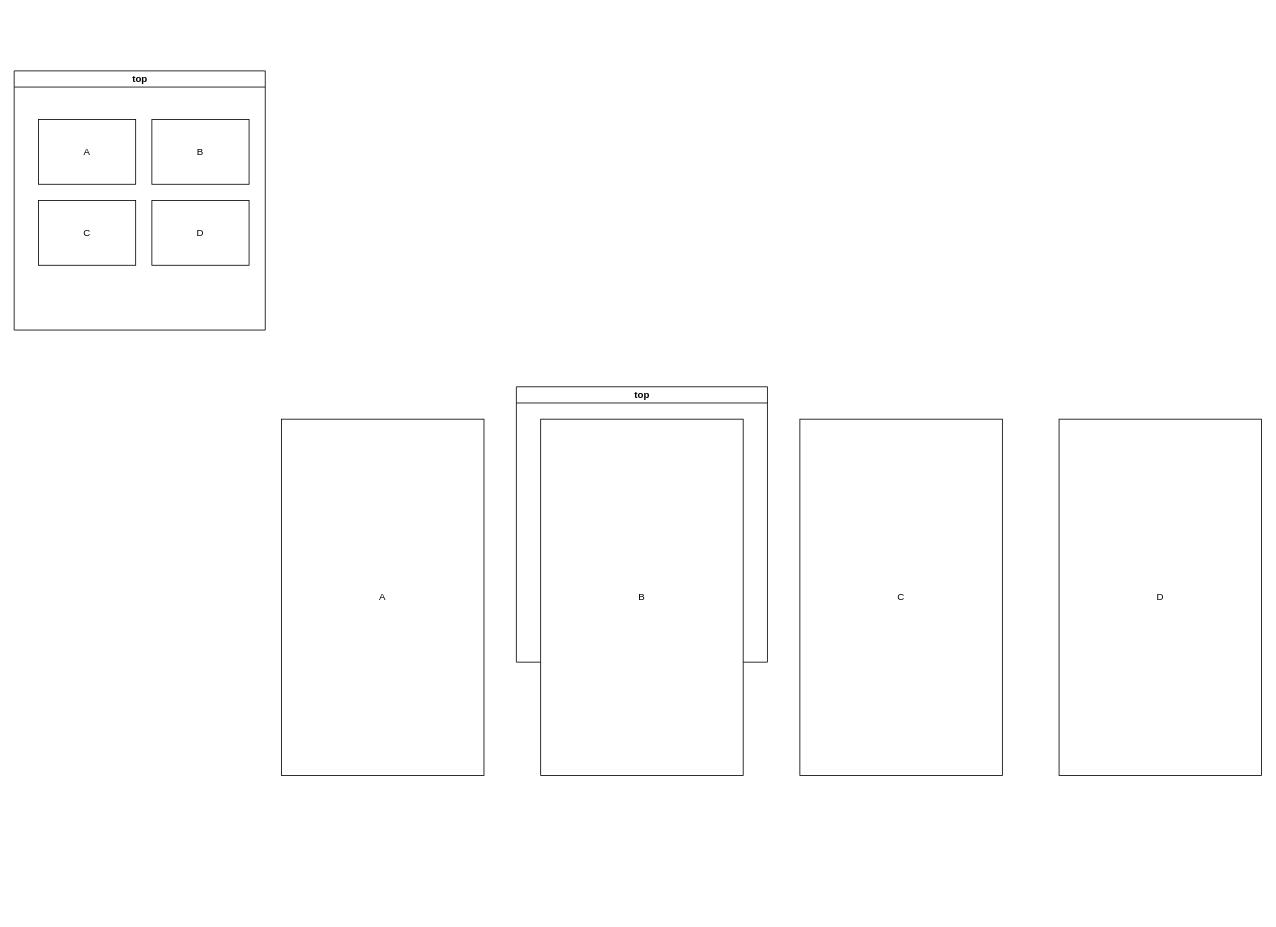
This is Untitled Diagram.drawio from mi-upto/book, a draw.io file, before an edit. Source tidied: cells renumbered, new cells numbered last; positions are measured from the earlier drawing's top-left corner, leaving out a move shared by most shapes. Both pictures are drawn from the tidied source at 81%, with x=0, y=0 at pixel (14, 70).
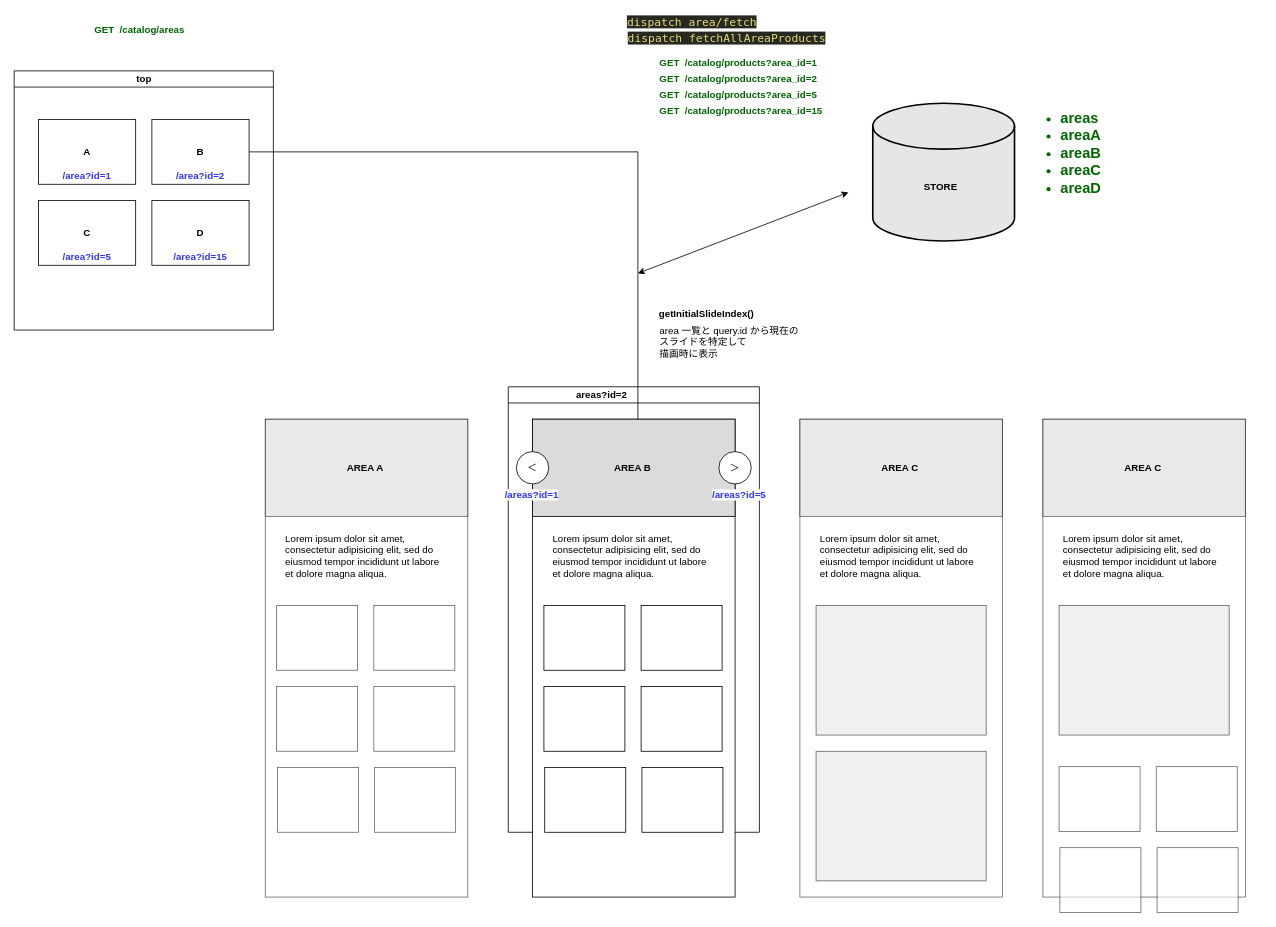
After the change.

Diff of the diagram source:
```diff
@@
     <mxCell id="2" value="top" style="swimlane;html=1;startSize=20;horizontal=1;containerType=tree;" parent="1" vertex="1">
-      <mxGeometry width="310" height="320" as="geometry" />
+      <mxGeometry width="320" height="320" as="geometry" />
     </mxCell>
-    <mxCell id="3" value="A" style="whiteSpace=wrap;html=1;newEdgeStyle={&quot;edgeStyle&quot;:&quot;elbowEdgeStyle&quot;,&quot;startArrow&quot;:&quot;none&quot;,&quot;endArrow&quot;:&quot;none&quot;};" parent="2" vertex="1">
+    <mxCell id="3" value="&lt;b&gt;A&lt;/b&gt;" style="whiteSpace=wrap;html=1;newEdgeStyle={&quot;edgeStyle&quot;:&quot;elbowEdgeStyle&quot;,&quot;startArrow&quot;:&quot;none&quot;,&quot;endArrow&quot;:&quot;none&quot;};" parent="2" vertex="1">
       <mxGeometry x="30" y="60" width="120" height="80" as="geometry" />
     </mxCell>
-    <mxCell id="4" value="B" style="whiteSpace=wrap;html=1;newEdgeStyle={&quot;edgeStyle&quot;:&quot;elbowEdgeStyle&quot;,&quot;startArrow&quot;:&quot;none&quot;,&quot;endArrow&quot;:&quot;none&quot;};" parent="2" vertex="1">
+    <mxCell id="4" value="&lt;b&gt;B&lt;/b&gt;" style="whiteSpace=wrap;html=1;newEdgeStyle={&quot;edgeStyle&quot;:&quot;elbowEdgeStyle&quot;,&quot;startArrow&quot;:&quot;none&quot;,&quot;endArrow&quot;:&quot;none&quot;};" parent="2" vertex="1">
       <mxGeometry x="170" y="60" width="120" height="80" as="geometry" />
     </mxCell>
-    <mxCell id="5" value="C" style="whiteSpace=wrap;html=1;newEdgeStyle={&quot;edgeStyle&quot;:&quot;elbowEdgeStyle&quot;,&quot;startArrow&quot;:&quot;none&quot;,&quot;endArrow&quot;:&quot;none&quot;};" parent="2" vertex="1">
+    <mxCell id="5" value="&lt;b&gt;C&lt;/b&gt;" style="whiteSpace=wrap;html=1;newEdgeStyle={&quot;edgeStyle&quot;:&quot;elbowEdgeStyle&quot;,&quot;startArrow&quot;:&quot;none&quot;,&quot;endArrow&quot;:&quot;none&quot;};" parent="2" vertex="1">
       <mxGeometry x="30" y="160" width="120" height="80" as="geometry" />
     </mxCell>
-    <mxCell id="6" value="D" style="whiteSpace=wrap;html=1;newEdgeStyle={&quot;edgeStyle&quot;:&quot;elbowEdgeStyle&quot;,&quot;startArrow&quot;:&quot;none&quot;,&quot;endArrow&quot;:&quot;none&quot;};" parent="2" vertex="1">
+    <mxCell id="6" value="&lt;b&gt;D&lt;/b&gt;" style="whiteSpace=wrap;html=1;newEdgeStyle={&quot;edgeStyle&quot;:&quot;elbowEdgeStyle&quot;,&quot;startArrow&quot;:&quot;none&quot;,&quot;endArrow&quot;:&quot;none&quot;};" parent="2" vertex="1">
       <mxGeometry x="170" y="160" width="120" height="80" as="geometry" />
     </mxCell>
+    <mxCell id="12" value="/area?id=1" style="text;html=1;strokeColor=none;fillColor=none;align=center;verticalAlign=middle;whiteSpace=wrap;overflow=hidden;fontStyle=1;fontColor=#3333FF;" parent="2" vertex="1">
+      <mxGeometry x="10" y="120" width="160" height="20" as="geometry" />
+    </mxCell>
+    <mxCell id="13" value="/area?id=2" style="text;html=1;strokeColor=none;fillColor=none;align=center;verticalAlign=middle;whiteSpace=wrap;overflow=hidden;fontStyle=1;fontColor=#3333FF;" parent="2" vertex="1">
+      <mxGeometry x="150" y="120" width="160" height="20" as="geometry" />
+    </mxCell>
+    <mxCell id="14" value="/area?id=5" style="text;html=1;strokeColor=none;fillColor=none;align=center;verticalAlign=middle;whiteSpace=wrap;overflow=hidden;fontStyle=1;fontColor=#3333FF;" parent="2" vertex="1">
+      <mxGeometry x="10" y="220" width="160" height="20" as="geometry" />
+    </mxCell>
+    <mxCell id="15" value="/area?id=15" style="text;html=1;strokeColor=none;fillColor=none;align=center;verticalAlign=middle;whiteSpace=wrap;overflow=hidden;fontStyle=1;fontColor=#3333FF;" parent="2" vertex="1">
+      <mxGeometry x="150" y="220" width="160" height="20" as="geometry" />
+    </mxCell>
-    <mxCell id="7" value="top" style="swimlane;html=1;startSize=20;horizontal=1;containerType=tree;" parent="1" vertex="1">
-      <mxGeometry x="620" y="390" width="310" height="340" as="geometry" />
+    <mxCell id="7" value="areas?id=2&amp;nbsp; &amp;nbsp; &amp;nbsp; &amp;nbsp; &amp;nbsp; &amp;nbsp; &amp;nbsp; &amp;nbsp; &amp;nbsp; &amp;nbsp; &amp;nbsp; &amp;nbsp;&amp;nbsp;" style="swimlane;html=1;startSize=20;horizontal=1;containerType=tree;" parent="1" vertex="1">
+      <mxGeometry x="610" y="390" width="310" height="550" as="geometry" />
     </mxCell>
-    <mxCell id="8" value="B" style="whiteSpace=wrap;html=1;newEdgeStyle={&quot;edgeStyle&quot;:&quot;elbowEdgeStyle&quot;,&quot;startArrow&quot;:&quot;none&quot;,&quot;endArrow&quot;:&quot;none&quot;};" parent="7" vertex="1">
-      <mxGeometry x="30" y="40" width="250" height="440" as="geometry" />
-    </mxCell>
-    <mxCell id="9" value="A" style="whiteSpace=wrap;html=1;newEdgeStyle={&quot;edgeStyle&quot;:&quot;elbowEdgeStyle&quot;,&quot;startArrow&quot;:&quot;none&quot;,&quot;endArrow&quot;:&quot;none&quot;};" parent="1" vertex="1">
-      <mxGeometry x="330" y="430" width="250" height="440" as="geometry" />
-    </mxCell>
-    <mxCell id="10" value="D" style="whiteSpace=wrap;html=1;newEdgeStyle={&quot;edgeStyle&quot;:&quot;elbowEdgeStyle&quot;,&quot;startArrow&quot;:&quot;none&quot;,&quot;endArrow&quot;:&quot;none&quot;};" parent="1" vertex="1">
-      <mxGeometry x="1290" y="430" width="250" height="440" as="geometry" />
-    </mxCell>
-    <mxCell id="11" value="C" style="whiteSpace=wrap;html=1;newEdgeStyle={&quot;edgeStyle&quot;:&quot;elbowEdgeStyle&quot;,&quot;startArrow&quot;:&quot;none&quot;,&quot;endArrow&quot;:&quot;none&quot;};" parent="1" vertex="1">
-      <mxGeometry x="970" y="430" width="250" height="440" as="geometry" />
-    </mxCell>
+    <mxCell id="16" style="whiteSpace=wrap;html=1;newEdgeStyle={&quot;edgeStyle&quot;:&quot;elbowEdgeStyle&quot;,&quot;startArrow&quot;:&quot;none&quot;,&quot;endArrow&quot;:&quot;none&quot;};" parent="7" vertex="1">
+      <mxGeometry x="30" y="40" width="250" height="590" as="geometry" />
+    </mxCell>
+    <mxCell id="17" value="&lt;h1&gt;&lt;br&gt;&lt;/h1&gt;&lt;p&gt;Lorem ipsum dolor sit amet, consectetur adipisicing elit, sed do eiusmod tempor incididunt ut labore et dolore magna aliqua.&lt;/p&gt;" style="text;html=1;strokeColor=none;fillColor=none;spacing=5;spacingTop=-20;whiteSpace=wrap;overflow=hidden;rounded=0;" parent="7" vertex="1">
+      <mxGeometry x="50" y="130" width="210" height="120" as="geometry" />
+    </mxCell>
+    <mxCell id="18" style="rounded=0;whiteSpace=wrap;html=1;fillColor=#DBDBDB;" parent="7" vertex="1">
+      <mxGeometry x="30" y="40" width="250" height="120" as="geometry" />
+    </mxCell>
+    <mxCell id="19" style="ellipse;whiteSpace=wrap;html=1;" parent="7" vertex="1">
+      <mxGeometry x="260" y="80" width="40" height="40" as="geometry" />
+    </mxCell>
+    <mxCell id="20" style="ellipse;whiteSpace=wrap;html=1;" parent="7" vertex="1">
+      <mxGeometry x="10" y="80" width="40" height="40" as="geometry" />
+    </mxCell>
+    <mxCell id="21" value="＜" style="text;html=1;strokeColor=none;fillColor=none;align=center;verticalAlign=middle;whiteSpace=wrap;rounded=0;" parent="7" vertex="1">
+      <mxGeometry x="10" y="90" width="40" height="20" as="geometry" />
+    </mxCell>
+    <mxCell id="22" value="＜" style="text;html=1;strokeColor=none;fillColor=none;align=center;verticalAlign=middle;whiteSpace=wrap;rounded=0;rotation=-180;" parent="7" vertex="1">
+      <mxGeometry x="260" y="90" width="40" height="20" as="geometry" />
+    </mxCell>
+    <mxCell id="23" value="AREA B" style="text;strokeColor=none;fillColor=none;align=left;verticalAlign=top;spacingLeft=4;spacingRight=4;overflow=hidden;fontStyle=1;" parent="7" vertex="1">
+      <mxGeometry x="125" y="87" width="60" height="26" as="geometry" />
+    </mxCell>
+    <mxCell id="24" style="rounded=0;whiteSpace=wrap;html=1;fontColor=#006600;fillColor=#ffffff;align=left;" parent="7" vertex="1">
+      <mxGeometry x="44" y="270" width="100" height="80" as="geometry" />
+    </mxCell>
+    <mxCell id="25" style="rounded=0;whiteSpace=wrap;html=1;fontColor=#006600;fillColor=#ffffff;align=left;" parent="7" vertex="1">
+      <mxGeometry x="164" y="270" width="100" height="80" as="geometry" />
+    </mxCell>
+    <mxCell id="26" style="rounded=0;whiteSpace=wrap;html=1;fontColor=#006600;fillColor=#ffffff;align=left;" parent="7" vertex="1">
+      <mxGeometry x="44" y="370" width="100" height="80" as="geometry" />
+    </mxCell>
+    <mxCell id="27" style="rounded=0;whiteSpace=wrap;html=1;fontColor=#006600;fillColor=#ffffff;align=left;" parent="7" vertex="1">
+      <mxGeometry x="164" y="370" width="100" height="80" as="geometry" />
+    </mxCell>
+    <mxCell id="28" style="rounded=0;whiteSpace=wrap;html=1;fontColor=#006600;fillColor=#ffffff;align=left;" parent="7" vertex="1">
+      <mxGeometry x="45" y="470" width="100" height="80" as="geometry" />
+    </mxCell>
+    <mxCell id="29" style="rounded=0;whiteSpace=wrap;html=1;fontColor=#006600;fillColor=#ffffff;align=left;" parent="7" vertex="1">
+      <mxGeometry x="165" y="470" width="100" height="80" as="geometry" />
+    </mxCell>
+    <mxCell id="30" value="&lt;span style=&quot;font-family: helvetica; font-size: 12px; font-style: normal; font-weight: 700; letter-spacing: normal; text-align: center; text-indent: 0px; text-transform: none; word-spacing: 0px; background-color: rgb(248, 249, 250); display: inline; float: none;&quot;&gt;/areas?id=1&lt;/span&gt;" style="text;whiteSpace=wrap;html=1;fontColor=#3333FF;" parent="7" vertex="1">
+      <mxGeometry x="-6" y="120" width="170" height="30" as="geometry" />
+    </mxCell>
+    <mxCell id="31" value="&lt;span style=&quot;font-family: helvetica; font-size: 12px; font-style: normal; font-weight: 700; letter-spacing: normal; text-align: center; text-indent: 0px; text-transform: none; word-spacing: 0px; background-color: rgb(248, 249, 250); display: inline; float: none;&quot;&gt;/areas?id=5&lt;/span&gt;" style="text;whiteSpace=wrap;html=1;fontColor=#3333FF;" parent="7" vertex="1">
+      <mxGeometry x="250" y="120" width="170" height="30" as="geometry" />
+    </mxCell>
+    <mxCell id="32" value="&lt;b&gt;GET&amp;nbsp; /catalog/products?area_id=1&lt;/b&gt;" style="text;html=1;strokeColor=none;fillColor=none;align=left;verticalAlign=middle;whiteSpace=wrap;rounded=0;fontColor=#006600;" parent="1" vertex="1">
+      <mxGeometry x="795" y="-20" width="270" height="20" as="geometry" />
+    </mxCell>
+    <mxCell id="33" value="&lt;b&gt;GET&amp;nbsp; /catalog/areas&lt;/b&gt;" style="text;html=1;strokeColor=none;fillColor=none;align=center;verticalAlign=middle;whiteSpace=wrap;rounded=0;fontColor=#006600;" parent="1" vertex="1">
+      <mxGeometry x="20" y="-60" width="270" height="20" as="geometry" />
+    </mxCell>
+    <mxCell id="34" style="edgeStyle=elbowEdgeStyle;rounded=0;jettySize=auto;html=1;elbow=horizontal;startArrow=none;endArrow=none;" parent="1" edge="1" source="4" target="16">
+      <mxGeometry relative="1" as="geometry">
+        <Array as="points">
+          <mxPoint x="770" y="320" />
+        </Array>
+      </mxGeometry>
+    </mxCell>
+    <mxCell id="35" value="&lt;b&gt;GET&amp;nbsp; /catalog/products?area_id=2&lt;/b&gt;" style="text;html=1;strokeColor=none;fillColor=none;align=left;verticalAlign=middle;whiteSpace=wrap;rounded=0;fontColor=#006600;" parent="1" vertex="1">
+      <mxGeometry x="795" width="270" height="20" as="geometry" />
+    </mxCell>
+    <mxCell id="36" value="&lt;b&gt;GET&amp;nbsp; /catalog/products?area_id=5&lt;/b&gt;" style="text;html=1;strokeColor=none;fillColor=none;align=left;verticalAlign=middle;whiteSpace=wrap;rounded=0;fontColor=#006600;" parent="1" vertex="1">
+      <mxGeometry x="795" y="20" width="270" height="20" as="geometry" />
+    </mxCell>
+    <mxCell id="37" value="&lt;b&gt;GET&amp;nbsp; /catalog/products?area_id=15&lt;/b&gt;" style="text;html=1;strokeColor=none;fillColor=none;align=left;verticalAlign=middle;whiteSpace=wrap;rounded=0;fontColor=#006600;" parent="1" vertex="1">
+      <mxGeometry x="795" y="40" width="270" height="20" as="geometry" />
+    </mxCell>
+    <mxCell id="38" style="whiteSpace=wrap;html=1;newEdgeStyle={&quot;edgeStyle&quot;:&quot;elbowEdgeStyle&quot;,&quot;startArrow&quot;:&quot;none&quot;,&quot;endArrow&quot;:&quot;none&quot;};opacity=60;" parent="1" vertex="1">
+      <mxGeometry x="310" y="430" width="250" height="590" as="geometry" />
+    </mxCell>
+    <mxCell id="39" value="&lt;h1&gt;&lt;br&gt;&lt;/h1&gt;&lt;p&gt;Lorem ipsum dolor sit amet, consectetur adipisicing elit, sed do eiusmod tempor incididunt ut labore et dolore magna aliqua.&lt;/p&gt;" style="text;html=1;strokeColor=none;fillColor=none;spacing=5;spacingTop=-20;whiteSpace=wrap;overflow=hidden;rounded=0;opacity=60;" parent="1" vertex="1">
+      <mxGeometry x="330" y="520" width="210" height="120" as="geometry" />
+    </mxCell>
+    <mxCell id="40" style="rounded=0;whiteSpace=wrap;html=1;fillColor=#DBDBDB;opacity=60;" parent="1" vertex="1">
+      <mxGeometry x="310" y="430" width="250" height="120" as="geometry" />
+    </mxCell>
+    <mxCell id="41" value="AREA A" style="text;strokeColor=none;fillColor=none;align=left;verticalAlign=top;spacingLeft=4;spacingRight=4;overflow=hidden;fontStyle=1;opacity=60;" parent="1" vertex="1">
+      <mxGeometry x="405" y="477" width="60" height="26" as="geometry" />
+    </mxCell>
+    <mxCell id="42" style="rounded=0;whiteSpace=wrap;html=1;fontColor=#006600;fillColor=#ffffff;align=left;opacity=60;" parent="1" vertex="1">
+      <mxGeometry x="324" y="660" width="100" height="80" as="geometry" />
+    </mxCell>
+    <mxCell id="43" style="rounded=0;whiteSpace=wrap;html=1;fontColor=#006600;fillColor=#ffffff;align=left;opacity=60;" parent="1" vertex="1">
+      <mxGeometry x="444" y="660" width="100" height="80" as="geometry" />
+    </mxCell>
+    <mxCell id="44" style="rounded=0;whiteSpace=wrap;html=1;fontColor=#006600;fillColor=#ffffff;align=left;opacity=60;" parent="1" vertex="1">
+      <mxGeometry x="324" y="760" width="100" height="80" as="geometry" />
+    </mxCell>
+    <mxCell id="45" style="rounded=0;whiteSpace=wrap;html=1;fontColor=#006600;fillColor=#ffffff;align=left;opacity=60;" parent="1" vertex="1">
+      <mxGeometry x="444" y="760" width="100" height="80" as="geometry" />
+    </mxCell>
+    <mxCell id="46" style="rounded=0;whiteSpace=wrap;html=1;fontColor=#006600;fillColor=#ffffff;align=left;opacity=60;" parent="1" vertex="1">
+      <mxGeometry x="325" y="860" width="100" height="80" as="geometry" />
+    </mxCell>
+    <mxCell id="47" style="rounded=0;whiteSpace=wrap;html=1;fontColor=#006600;fillColor=#ffffff;align=left;opacity=60;" parent="1" vertex="1">
+      <mxGeometry x="445" y="860" width="100" height="80" as="geometry" />
+    </mxCell>
+    <mxCell id="48" style="whiteSpace=wrap;html=1;newEdgeStyle={&quot;edgeStyle&quot;:&quot;elbowEdgeStyle&quot;,&quot;startArrow&quot;:&quot;none&quot;,&quot;endArrow&quot;:&quot;none&quot;};opacity=60;" parent="1" vertex="1">
+      <mxGeometry x="970" y="430" width="250" height="590" as="geometry" />
+    </mxCell>
+    <mxCell id="49" value="&lt;h1&gt;&lt;br&gt;&lt;/h1&gt;&lt;p&gt;Lorem ipsum dolor sit amet, consectetur adipisicing elit, sed do eiusmod tempor incididunt ut labore et dolore magna aliqua.&lt;/p&gt;" style="text;html=1;strokeColor=none;fillColor=none;spacing=5;spacingTop=-20;whiteSpace=wrap;overflow=hidden;rounded=0;opacity=60;" parent="1" vertex="1">
+      <mxGeometry x="990" y="520" width="210" height="120" as="geometry" />
+    </mxCell>
+    <mxCell id="50" style="rounded=0;whiteSpace=wrap;html=1;fillColor=#DBDBDB;opacity=60;" parent="1" vertex="1">
+      <mxGeometry x="970" y="430" width="250" height="120" as="geometry" />
+    </mxCell>
+    <mxCell id="51" value="AREA C" style="text;strokeColor=none;fillColor=none;align=left;verticalAlign=top;spacingLeft=4;spacingRight=4;overflow=hidden;fontStyle=1;opacity=60;" parent="1" vertex="1">
+      <mxGeometry x="1065" y="477" width="60" height="26" as="geometry" />
+    </mxCell>
+    <mxCell id="52" style="rounded=0;whiteSpace=wrap;html=1;fontColor=#006600;align=left;fillColor=#E6E6E6;opacity=60;" parent="1" vertex="1">
+      <mxGeometry x="990" y="660" width="210" height="160" as="geometry" />
+    </mxCell>
+    <mxCell id="53" style="rounded=0;whiteSpace=wrap;html=1;fontColor=#006600;align=left;fillColor=#E6E6E6;opacity=60;" parent="1" vertex="1">
+      <mxGeometry x="990" y="840" width="210" height="160" as="geometry" />
+    </mxCell>
+    <mxCell id="54" style="whiteSpace=wrap;html=1;newEdgeStyle={&quot;edgeStyle&quot;:&quot;elbowEdgeStyle&quot;,&quot;startArrow&quot;:&quot;none&quot;,&quot;endArrow&quot;:&quot;none&quot;};opacity=60;" parent="1" vertex="1">
+      <mxGeometry x="1270" y="430" width="250" height="590" as="geometry" />
+    </mxCell>
+    <mxCell id="55" value="&lt;h1&gt;&lt;br&gt;&lt;/h1&gt;&lt;p&gt;Lorem ipsum dolor sit amet, consectetur adipisicing elit, sed do eiusmod tempor incididunt ut labore et dolore magna aliqua.&lt;/p&gt;" style="text;html=1;strokeColor=none;fillColor=none;spacing=5;spacingTop=-20;whiteSpace=wrap;overflow=hidden;rounded=0;opacity=60;" parent="1" vertex="1">
+      <mxGeometry x="1290" y="520" width="210" height="120" as="geometry" />
+    </mxCell>
+    <mxCell id="56" style="rounded=0;whiteSpace=wrap;html=1;fillColor=#DBDBDB;opacity=60;" parent="1" vertex="1">
+      <mxGeometry x="1270" y="430" width="250" height="120" as="geometry" />
+    </mxCell>
+    <mxCell id="57" value="AREA C" style="text;strokeColor=none;fillColor=none;align=left;verticalAlign=top;spacingLeft=4;spacingRight=4;overflow=hidden;fontStyle=1;opacity=60;" parent="1" vertex="1">
+      <mxGeometry x="1365" y="477" width="60" height="26" as="geometry" />
+    </mxCell>
+    <mxCell id="58" style="rounded=0;whiteSpace=wrap;html=1;fontColor=#006600;align=left;fillColor=#E6E6E6;opacity=60;" parent="1" vertex="1">
+      <mxGeometry x="1290" y="660" width="210" height="160" as="geometry" />
+    </mxCell>
+    <mxCell id="59" style="rounded=0;whiteSpace=wrap;html=1;fontColor=#006600;fillColor=#ffffff;align=left;opacity=60;" parent="1" vertex="1">
+      <mxGeometry x="1290" y="859" width="100" height="80" as="geometry" />
+    </mxCell>
+    <mxCell id="60" style="rounded=0;whiteSpace=wrap;html=1;fontColor=#006600;fillColor=#ffffff;align=left;opacity=60;" parent="1" vertex="1">
+      <mxGeometry x="1410" y="859" width="100" height="80" as="geometry" />
+    </mxCell>
+    <mxCell id="61" style="rounded=0;whiteSpace=wrap;html=1;fontColor=#006600;fillColor=#ffffff;align=left;opacity=60;" parent="1" vertex="1">
+      <mxGeometry x="1291" y="959" width="100" height="80" as="geometry" />
+    </mxCell>
+    <mxCell id="62" style="rounded=0;whiteSpace=wrap;html=1;fontColor=#006600;fillColor=#ffffff;align=left;opacity=60;" parent="1" vertex="1">
+      <mxGeometry x="1411" y="959" width="100" height="80" as="geometry" />
+    </mxCell>
+    <mxCell id="63" style="strokeWidth=2;html=1;shape=mxgraph.flowchart.database;whiteSpace=wrap;fontColor=#006600;fillColor=#E6E6E6;align=left;" parent="1" vertex="1">
+      <mxGeometry x="1060" y="40" width="175" height="170" as="geometry" />
+    </mxCell>
+    <mxCell id="64" value="STORE" style="text;strokeColor=none;fillColor=none;align=left;verticalAlign=top;spacingLeft=4;spacingRight=4;overflow=hidden;fontStyle=1;" parent="1" vertex="1">
+      <mxGeometry x="1117.5" y="130" width="60" height="26" as="geometry" />
+    </mxCell>
+    <mxCell id="65" value="&lt;span style=&quot;color: rgb(230 , 219 , 116) ; background-color: rgb(39 , 40 , 34) ; font-family: &amp;#34;menlo&amp;#34; , &amp;#34;monaco&amp;#34; , &amp;#34;courier new&amp;#34; , monospace ; font-size: 14px&quot;&gt;dispatch fetchAllAreaProducts&lt;/span&gt;" style="text;html=1;strokeColor=none;fillColor=none;align=center;verticalAlign=middle;whiteSpace=wrap;rounded=0;fontColor=#006600;" parent="1" vertex="1">
+      <mxGeometry x="745" y="-50" width="270" height="20" as="geometry" />
+    </mxCell>
+    <mxCell id="66" style="endArrow=classic;startArrow=classic;html=1;fontColor=#006600;" parent="1" edge="1">
+      <mxGeometry relative="1" as="geometry">
+        <mxPoint x="770" y="250" as="sourcePoint" />
+        <mxPoint x="1030" y="150" as="targetPoint" />
+      </mxGeometry>
+    </mxCell>
+    <mxCell id="67" value="&lt;ul style=&quot;font-size: 18px&quot;&gt;&lt;li&gt;areas&lt;/li&gt;&lt;li&gt;areaA&lt;/li&gt;&lt;li&gt;areaB&lt;/li&gt;&lt;li&gt;areaC&lt;br&gt;&lt;/li&gt;&lt;li&gt;areaD&lt;br&gt;&lt;/li&gt;&lt;/ul&gt;" style="text;strokeColor=none;fillColor=none;html=1;whiteSpace=wrap;verticalAlign=middle;overflow=hidden;fontColor=#006600;opacity=10;align=left;fontStyle=1;" parent="1" vertex="1">
+      <mxGeometry x="1250" width="180" height="204" as="geometry" />
+    </mxCell>
+    <mxCell id="68" value="getInitialSlideIndex()" style="text;html=1;strokeColor=none;fillColor=none;align=center;verticalAlign=middle;whiteSpace=wrap;overflow=hidden;fontStyle=1;" parent="1" vertex="1">
+      <mxGeometry x="690" y="290" width="330" height="20" as="geometry" />
+    </mxCell>
+    <mxCell id="69" style="edgeStyle=orthogonalEdgeStyle;rounded=0;orthogonalLoop=1;jettySize=auto;html=1;exitX=0.5;exitY=1;exitDx=0;exitDy=0;fontColor=#000000;" parent="1" edge="1" source="68" target="68">
+      <mxGeometry relative="1" as="geometry" />
+    </mxCell>
+    <mxCell id="70" value="&lt;font&gt;area 一覧と query.id から現在の スライドを特定して&lt;br&gt;描画時に表示&lt;/font&gt;" style="text;html=1;strokeColor=none;fillColor=none;align=left;verticalAlign=middle;whiteSpace=wrap;overflow=hidden;opacity=10;" parent="1" vertex="1">
+      <mxGeometry x="795" y="310" width="185" height="50" as="geometry" />
+    </mxCell>
+    <mxCell id="71" value="&lt;span style=&quot;color: rgb(230 , 219 , 116) ; background-color: rgb(39 , 40 , 34) ; font-family: &amp;#34;menlo&amp;#34; , &amp;#34;monaco&amp;#34; , &amp;#34;courier new&amp;#34; , monospace ; font-size: 14px&quot;&gt;dispatch area/fetch&lt;/span&gt;" style="text;html=1;strokeColor=none;fillColor=none;align=left;verticalAlign=middle;whiteSpace=wrap;rounded=0;fontColor=#006600;" parent="1" vertex="1">
+      <mxGeometry x="755" y="-70" width="270" height="20" as="geometry" />
+    </mxCell>
```
